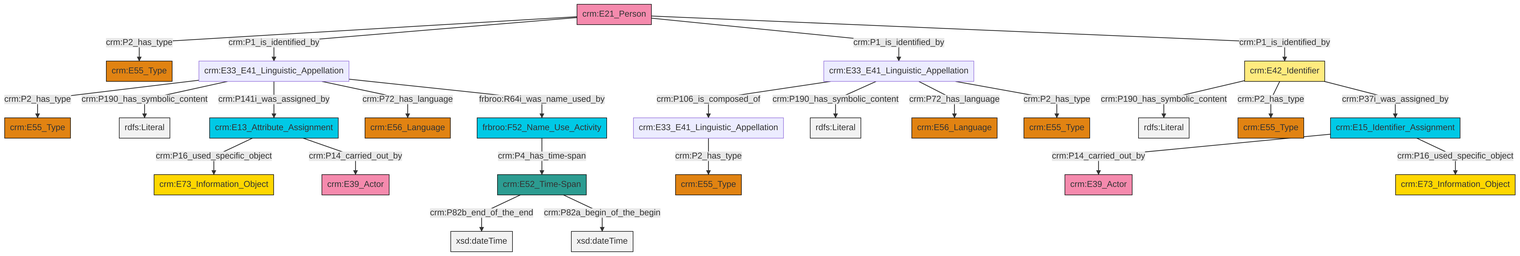
Before: et/personCSV/ttl/mmd/png/Person_Names_and_Classification.png, a diagram exported from Mermaid (swiss-art-research-net/reference-data-models). Its source is kept beside it as et/personCSV/ttl/mmd/Person_Names_and_Classification.ttl.mmd.
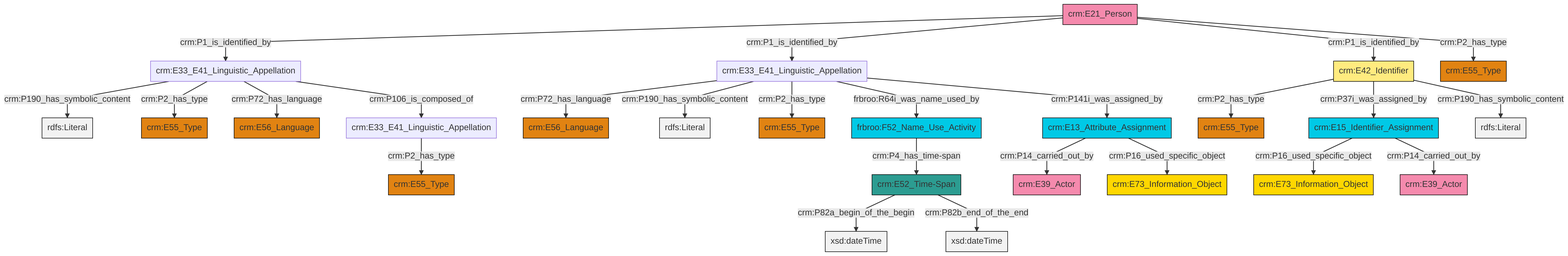
The same file after the commit.

Change to the diagram source:
```diff
@@ -13,27 +13,27 @@
 classDef PC_Classes fill:#4ce600, stroke:#000000;
 classDef Multi fill:#cccccc,stroke:#000000;
 
-0["crm:E33_E41_Linguistic_Appellation"]:::Default -->|crm:P106_is_composed_of| 1["crm:E33_E41_Linguistic_Appellation"]:::Default
-0["crm:E33_E41_Linguistic_Appellation"]:::Default -->|crm:P190_has_symbolic_content| 2[rdfs:Literal]:::Literal
-5["crm:E52_Time-Span"]:::Time-Span -->|crm:P82b_end_of_the_end| 6[xsd:dateTime]:::Literal
-0["crm:E33_E41_Linguistic_Appellation"]:::Default -->|crm:P72_has_language| 7["crm:E56_Language"]:::Type
-15["crm:E33_E41_Linguistic_Appellation"]:::Default -->|crm:P2_has_type| 11["crm:E55_Type"]:::Type
-15["crm:E33_E41_Linguistic_Appellation"]:::Default -->|crm:P190_has_symbolic_content| 16[rdfs:Literal]:::Literal
-17["crm:E42_Identifier"]:::Appellation -->|crm:P190_has_symbolic_content| 18[rdfs:Literal]:::Literal
-17["crm:E42_Identifier"]:::Appellation -->|crm:P2_has_type| 19["crm:E55_Type"]:::Type
-17["crm:E42_Identifier"]:::Appellation -->|crm:P37i_was_assigned_by| 20["crm:E15_Identifier_Assignment"]:::Temporal_Entity
-15["crm:E33_E41_Linguistic_Appellation"]:::Default -->|crm:P141i_was_assigned_by| 23["crm:E13_Attribute_Assignment"]:::Temporal_Entity
-0["crm:E33_E41_Linguistic_Appellation"]:::Default -->|crm:P2_has_type| 26["crm:E55_Type"]:::Type
-20["crm:E15_Identifier_Assignment"]:::Temporal_Entity -->|crm:P14_carried_out_by| 27["crm:E39_Actor"]:::Actor
-28["crm:E21_Person"]:::Actor -->|crm:P2_has_type| 13["crm:E55_Type"]:::Type
-23["crm:E13_Attribute_Assignment"]:::Temporal_Entity -->|crm:P16_used_specific_object| 8["crm:E73_Information_Object"]:::Conceptual_Object
-28["crm:E21_Person"]:::Actor -->|crm:P1_is_identified_by| 15["crm:E33_E41_Linguistic_Appellation"]:::Default
-1["crm:E33_E41_Linguistic_Appellation"]:::Default -->|crm:P2_has_type| 21["crm:E55_Type"]:::Type
-23["crm:E13_Attribute_Assignment"]:::Temporal_Entity -->|crm:P14_carried_out_by| 38["crm:E39_Actor"]:::Actor
-28["crm:E21_Person"]:::Actor -->|crm:P1_is_identified_by| 0["crm:E33_E41_Linguistic_Appellation"]:::Default
-15["crm:E33_E41_Linguistic_Appellation"]:::Default -->|crm:P72_has_language| 31["crm:E56_Language"]:::Type
-20["crm:E15_Identifier_Assignment"]:::Temporal_Entity -->|crm:P16_used_specific_object| 24["crm:E73_Information_Object"]:::Conceptual_Object
-5["crm:E52_Time-Span"]:::Time-Span -->|crm:P82a_begin_of_the_begin| 43[xsd:dateTime]:::Literal
-15["crm:E33_E41_Linguistic_Appellation"]:::Default -->|frbroo:R64i_was_name_used_by| 3["frbroo:F52_Name_Use_Activity"]:::Temporal_Entity
-3["frbroo:F52_Name_Use_Activity"]:::Temporal_Entity -->|crm:P4_has_time-span| 5["crm:E52_Time-Span"]:::Time-Span
-28["crm:E21_Person"]:::Actor -->|crm:P1_is_identified_by| 17["crm:E42_Identifier"]:::Appellation
+2["crm:E21_Person"]:::Actor -->|crm:P1_is_identified_by| 3["crm:E33_E41_Linguistic_Appellation"]:::Default
+4["crm:E42_Identifier"]:::Appellation -->|crm:P2_has_type| 5["crm:E55_Type"]:::Type
+8["crm:E33_E41_Linguistic_Appellation"]:::Default -->|crm:P72_has_language| 9["crm:E56_Language"]:::Type
+10["frbroo:F52_Name_Use_Activity"]:::Temporal_Entity -->|crm:P4_has_time-span| 11["crm:E52_Time-Span"]:::Time-Span
+2["crm:E21_Person"]:::Actor -->|crm:P1_is_identified_by| 8["crm:E33_E41_Linguistic_Appellation"]:::Default
+4["crm:E42_Identifier"]:::Appellation -->|crm:P37i_was_assigned_by| 12["crm:E15_Identifier_Assignment"]:::Temporal_Entity
+15["crm:E33_E41_Linguistic_Appellation"]:::Default -->|crm:P2_has_type| 16["crm:E55_Type"]:::Type
+4["crm:E42_Identifier"]:::Appellation -->|crm:P190_has_symbolic_content| 22[rdfs:Literal]:::Literal
+23["crm:E13_Attribute_Assignment"]:::Temporal_Entity -->|crm:P14_carried_out_by| 25["crm:E39_Actor"]:::Actor
+23["crm:E13_Attribute_Assignment"]:::Temporal_Entity -->|crm:P16_used_specific_object| 20["crm:E73_Information_Object"]:::Conceptual_Object
+11["crm:E52_Time-Span"]:::Time-Span -->|crm:P82a_begin_of_the_begin| 31[xsd:dateTime]:::Literal
+8["crm:E33_E41_Linguistic_Appellation"]:::Default -->|crm:P190_has_symbolic_content| 33[rdfs:Literal]:::Literal
+12["crm:E15_Identifier_Assignment"]:::Temporal_Entity -->|crm:P16_used_specific_object| 34["crm:E73_Information_Object"]:::Conceptual_Object
+11["crm:E52_Time-Span"]:::Time-Span -->|crm:P82b_end_of_the_end| 35[xsd:dateTime]:::Literal
+12["crm:E15_Identifier_Assignment"]:::Temporal_Entity -->|crm:P14_carried_out_by| 28["crm:E39_Actor"]:::Actor
+3["crm:E33_E41_Linguistic_Appellation"]:::Default -->|crm:P190_has_symbolic_content| 41[rdfs:Literal]:::Literal
+3["crm:E33_E41_Linguistic_Appellation"]:::Default -->|crm:P2_has_type| 0["crm:E55_Type"]:::Type
+3["crm:E33_E41_Linguistic_Appellation"]:::Default -->|crm:P72_has_language| 36["crm:E56_Language"]:::Type
+8["crm:E33_E41_Linguistic_Appellation"]:::Default -->|crm:P2_has_type| 6["crm:E55_Type"]:::Type
+8["crm:E33_E41_Linguistic_Appellation"]:::Default -->|frbroo:R64i_was_name_used_by| 10["frbroo:F52_Name_Use_Activity"]:::Temporal_Entity
+3["crm:E33_E41_Linguistic_Appellation"]:::Default -->|crm:P106_is_composed_of| 15["crm:E33_E41_Linguistic_Appellation"]:::Default
+2["crm:E21_Person"]:::Actor -->|crm:P1_is_identified_by| 4["crm:E42_Identifier"]:::Appellation
+8["crm:E33_E41_Linguistic_Appellation"]:::Default -->|crm:P141i_was_assigned_by| 23["crm:E13_Attribute_Assignment"]:::Temporal_Entity
+2["crm:E21_Person"]:::Actor -->|crm:P2_has_type| 17["crm:E55_Type"]:::Type
```
